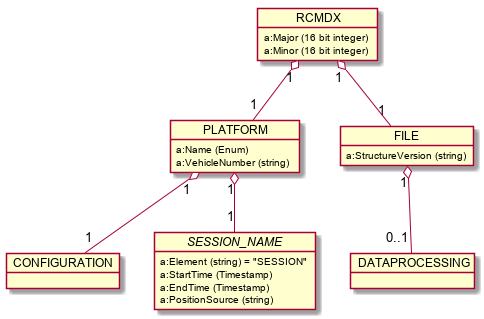
Before: images/generated/rcmdx_root_group.png, a diagram exported from PlantUML (OpenRailAssociation/rcm-dx).
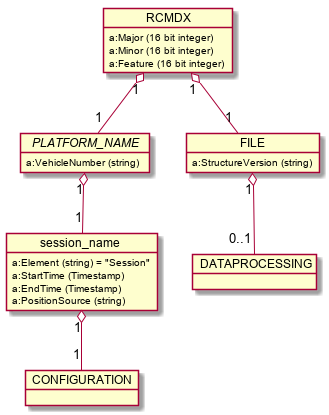
The same file after the commit.

The edit, as a diff of the source:
```diff
@@ -3,10 +3,10 @@
   object RCMDX {
     a:Major (16 bit integer)
     a:Minor (16 bit integer)
+    a:Feature (16 bit integer)
   }
 
-  object PLATFORM {
-    a:Name (Enum)
+  object "//PLATFORM_NAME//" as PLATFORM {
     a:VehicleNumber (string)
   }
   RCMDX "1" o-- "1" PLATFORM
@@ -20,11 +20,11 @@
   }
   FILE "1" o-- "0..1" DATAPROCESSING
 
-  object "CONFIGURATION" as platform_config
-  PLATFORM "1" o-- "1" platform_config
+  object "CONFIGURATION" as session_config
+  session_name "1" o-- "1" session_config
 
   object "//SESSION_NAME//" as session_name {
-    a:Element (string) = "SESSION"
+    a:Element (string) = "Session"
     a:StartTime (Timestamp)
     a:EndTime (Timestamp)
     a:PositionSource (string)
```
